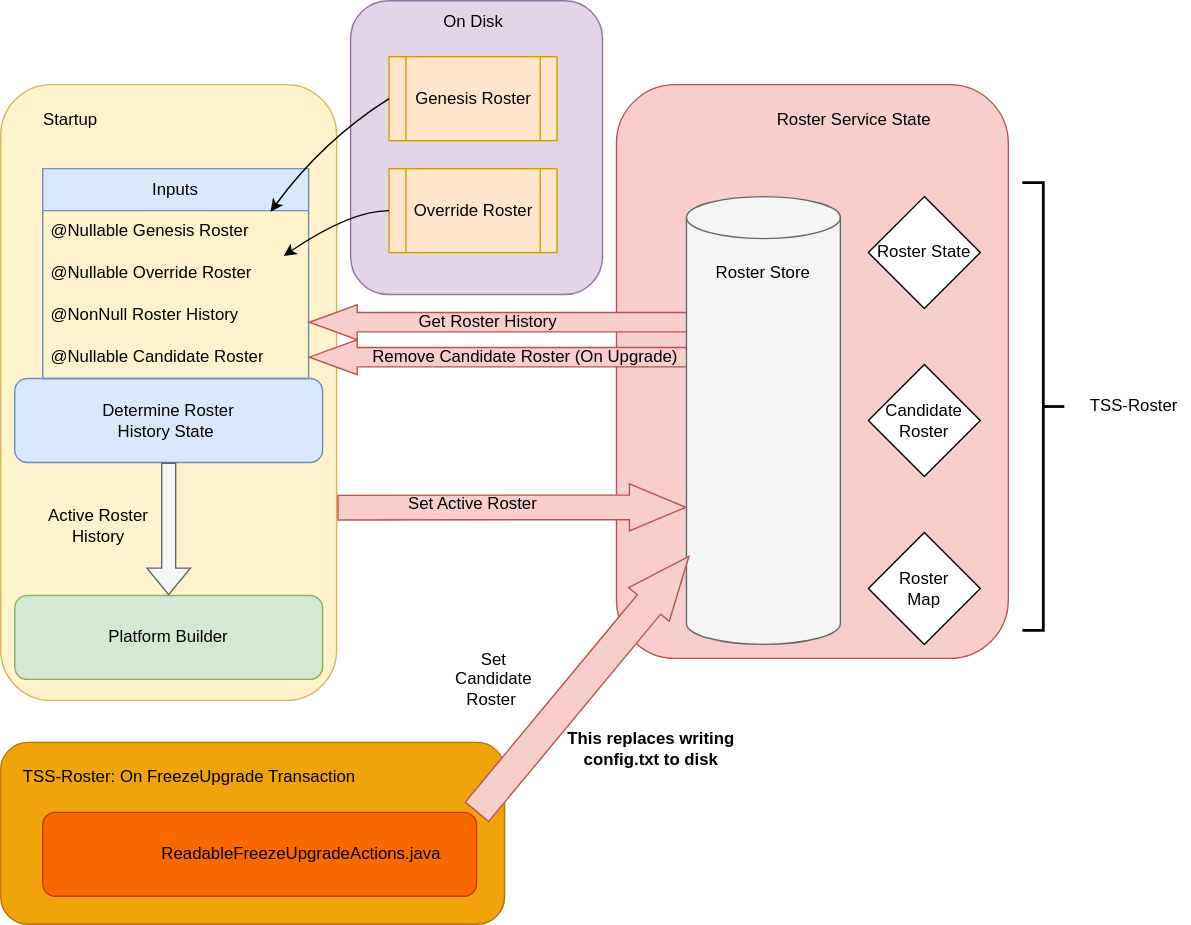
hashgraph/hedera-services keeps this draw.io diagram as platform-sdk/docs/proposals/001-tss-rosters-design-proposal/StartupAndRosters-TSS-Roster.drawio.svg. Above is the earlier version. Source tidied: cells renumbered, new cells last; positions are measured from the earlier drawing's top-left corner, leaving out a move shared by most shapes.
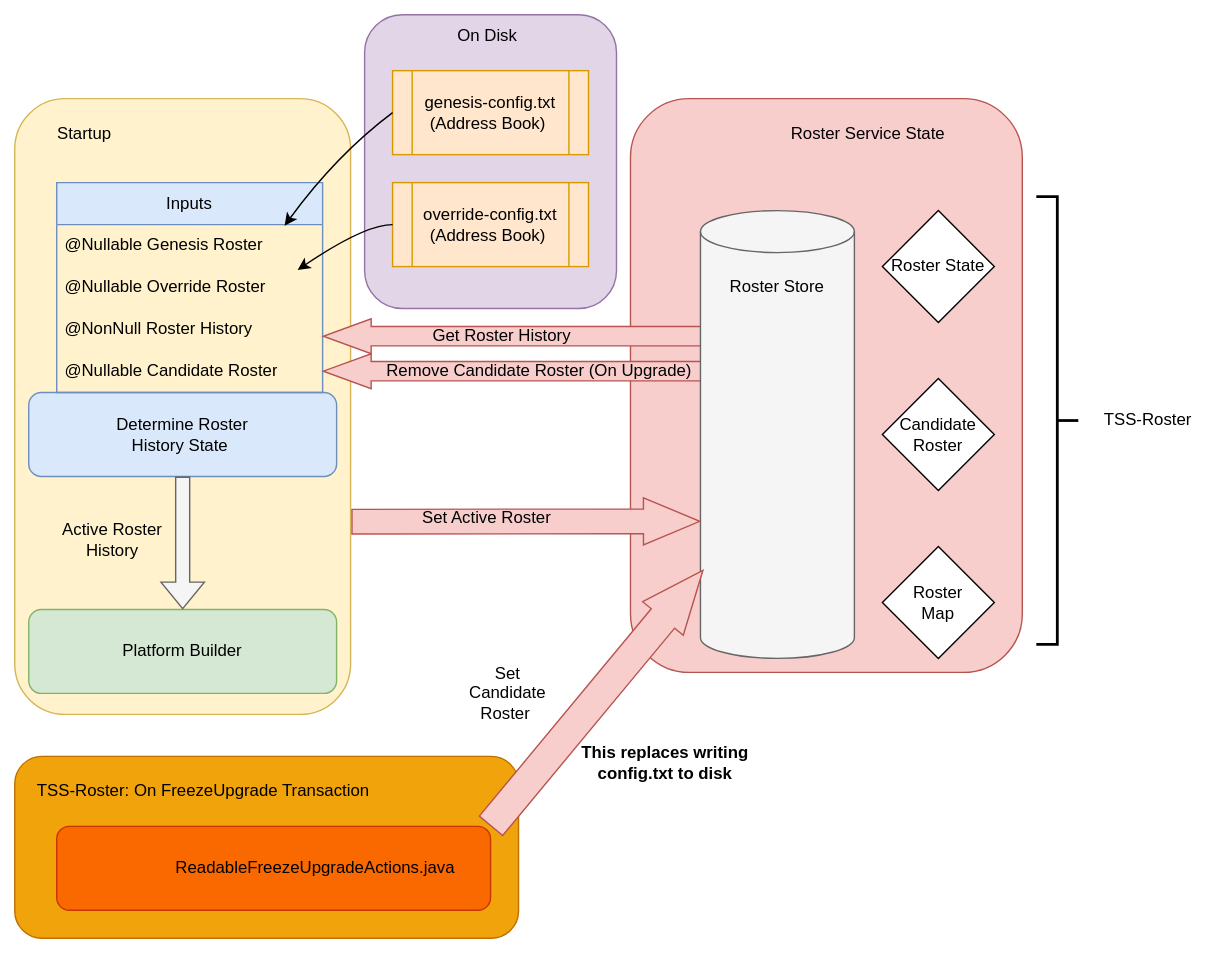
Above is the later version.

Diff of the diagram source:
```diff
@@ -59,8 +59,8 @@
     <mxCell id="18" value="Determine Roster History State&amp;nbsp;" style="text;html=1;align=center;verticalAlign=middle;whiteSpace=wrap;rounded=0;" parent="1" vertex="1">
       <mxGeometry x="70" y="285" width="100" height="30" as="geometry" />
     </mxCell>
-    <mxCell id="19" value="Genesis Roster" style="shape=process;whiteSpace=wrap;html=1;backgroundOutline=1;fillColor=#ffe6cc;strokeColor=#d79b00;" parent="1" vertex="1">
-      <mxGeometry x="277.5" y="40" width="120" height="60" as="geometry" />
+    <mxCell id="19" value="genesis-config.txt&lt;div&gt;(Address Book)&amp;nbsp;&lt;/div&gt;" style="shape=process;whiteSpace=wrap;html=1;backgroundOutline=1;fillColor=#ffe6cc;strokeColor=#d79b00;" parent="1" vertex="1">
+      <mxGeometry x="270" y="40" width="140" height="60" as="geometry" />
     </mxCell>
     <mxCell id="20" style="shape=flexArrow;endArrow=classic;html=1;rounded=0;entryX=0.5;entryY=0;entryDx=0;entryDy=0;fillColor=#f5f5f5;strokeColor=#666666;" parent="1" edge="1" source="4" target="16">
       <mxGeometry relative="1" as="geometry" />
@@ -74,8 +74,8 @@
     <mxCell id="23" value="Roster Service State" style="text;html=1;align=center;verticalAlign=middle;whiteSpace=wrap;rounded=0;" parent="1" vertex="1">
       <mxGeometry x="550" y="70" width="120" height="30" as="geometry" />
     </mxCell>
-    <mxCell id="24" value="Override Roster" style="shape=process;whiteSpace=wrap;html=1;backgroundOutline=1;fillColor=#ffe6cc;strokeColor=#d79b00;" parent="1" vertex="1">
-      <mxGeometry x="277.5" y="120" width="120" height="60" as="geometry" />
+    <mxCell id="24" value="override-config.txt&lt;div&gt;(Address Book)&amp;nbsp;&lt;/div&gt;" style="shape=process;whiteSpace=wrap;html=1;backgroundOutline=1;fillColor=#ffe6cc;strokeColor=#d79b00;" parent="1" vertex="1">
+      <mxGeometry x="270" y="120" width="140" height="60" as="geometry" />
     </mxCell>
     <mxCell id="25" style="shape=cylinder3;whiteSpace=wrap;html=1;boundedLbl=1;backgroundOutline=1;size=15;fillColor=#f5f5f5;fontColor=#333333;strokeColor=#666666;" parent="1" vertex="1">
       <mxGeometry x="490" y="140" width="110" height="320" as="geometry" />
```
